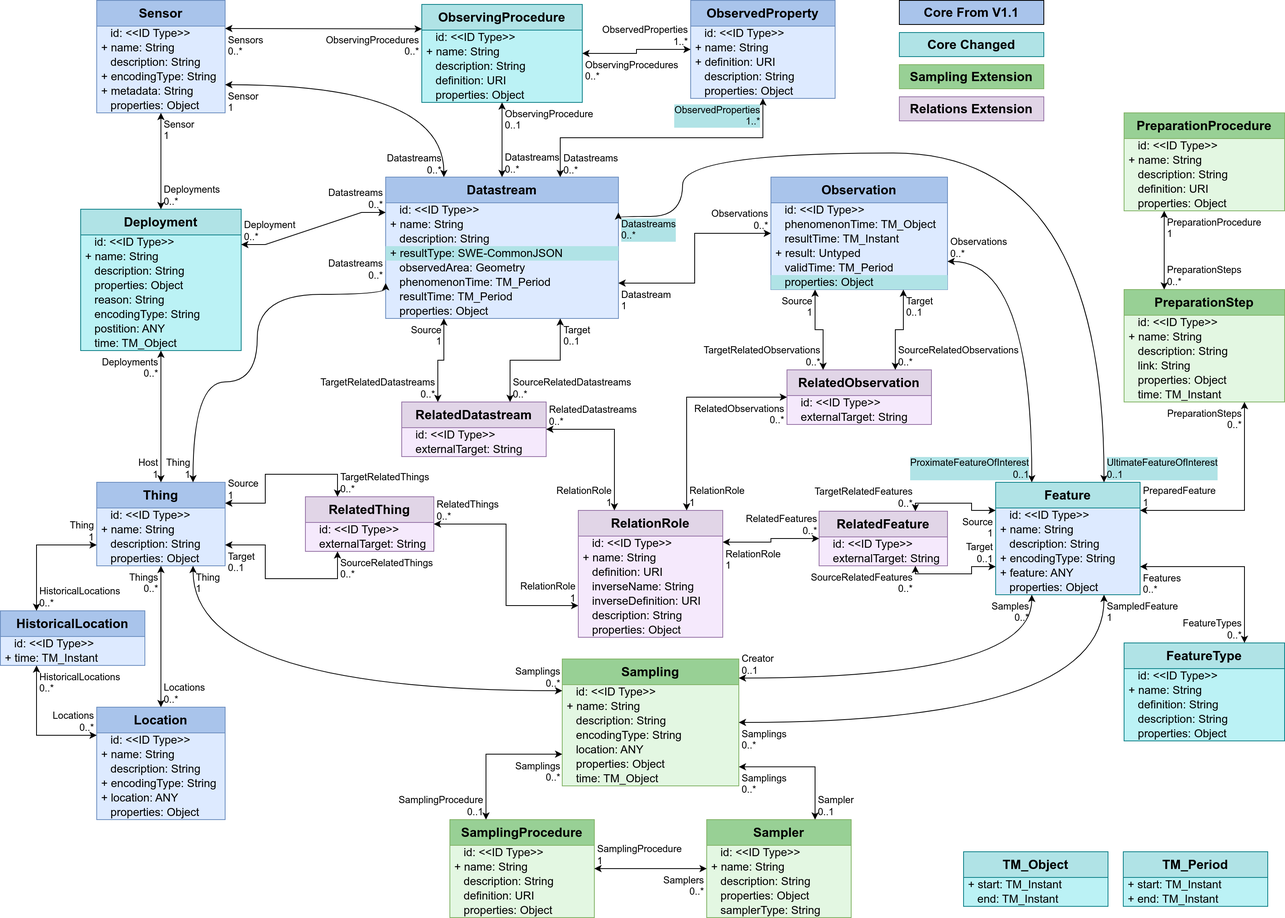
opengeospatial/sensorthings keeps this draw.io diagram as figures/Datamodel-SensorThingsApi-V2-proposal-1.drawio.png. Above is the earlier version. Source tidied: cells renumbered, new cells last; positions are measured from the earlier drawing's top-left corner, leaving out a move shared by most shapes.
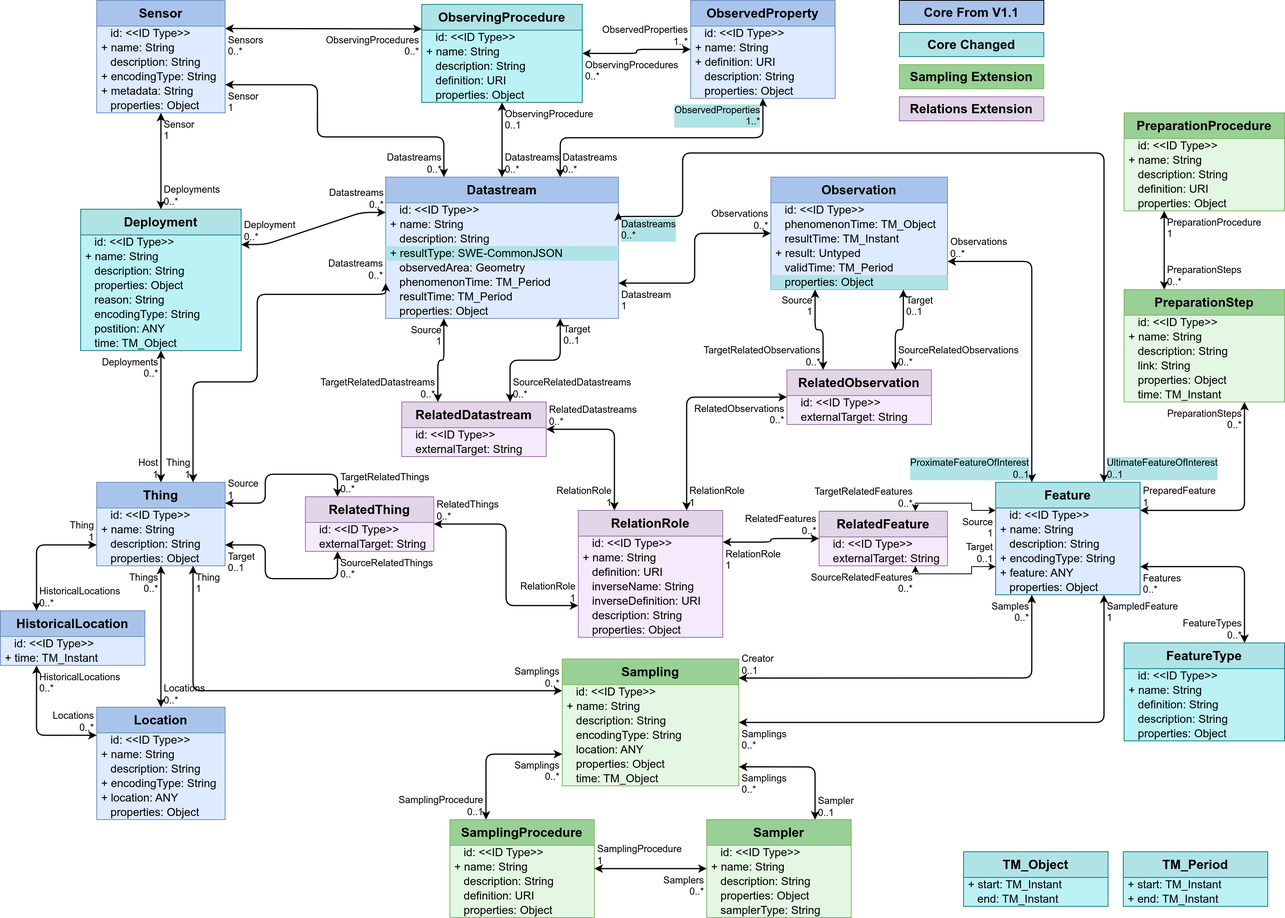
The same file after the commit.

Change to the diagram source:
```diff
@@ -79,3 +79,3 @@
     </mxCell>
-    <mxCell id="27" style="endArrow=classic;startArrow=classic;html=1;rounded=0;exitX=0.75;exitY=0;exitDx=0;exitDy=0;edgeStyle=orthogonalEdgeStyle;entryX=1;entryY=0.25;entryDx=0;entryDy=0;curved=1;" parent="1" edge="1" source="20" target="2">
+    <mxCell id="27" style="endArrow=classic;startArrow=classic;html=1;rounded=1;exitX=0.75;exitY=0;exitDx=0;exitDy=0;edgeStyle=orthogonalEdgeStyle;entryX=1;entryY=0.25;entryDx=0;entryDy=0;curved=0;strokeWidth=1.5;" parent="1" edge="1" source="20" target="2">
       <mxGeometry relative="1" as="geometry">
@@ -112,3 +112,3 @@
     </mxCell>
-    <mxCell id="36" style="endArrow=classic;startArrow=classic;html=1;rounded=0;edgeStyle=orthogonalEdgeStyle;entryX=1;entryY=0.75;entryDx=0;entryDy=0;exitX=0.75;exitY=0;exitDx=0;exitDy=0;" parent="1" edge="1" source="30" target="20">
+    <mxCell id="36" style="endArrow=classic;startArrow=classic;html=1;rounded=1;edgeStyle=orthogonalEdgeStyle;entryX=1;entryY=0.75;entryDx=0;entryDy=0;exitX=0.75;exitY=0;exitDx=0;exitDy=0;strokeWidth=1.5;curved=0;" parent="1" edge="1" source="30" target="20">
       <mxGeometry relative="1" as="geometry" />
@@ -151,3 +151,3 @@
     </mxCell>
-    <mxCell id="49" style="endArrow=classic;startArrow=classic;html=1;rounded=0;entryX=0.25;entryY=1;entryDx=0;entryDy=0;edgeStyle=orthogonalEdgeStyle;exitX=0;exitY=0.25;exitDx=0;exitDy=0;" parent="1" edge="1" source="42" target="39">
+    <mxCell id="49" style="endArrow=classic;startArrow=classic;html=1;rounded=1;entryX=0.25;entryY=1;entryDx=0;entryDy=0;edgeStyle=orthogonalEdgeStyle;exitX=0;exitY=0.25;exitDx=0;exitDy=0;strokeWidth=1.5;curved=0;" parent="1" edge="1" source="42" target="39">
       <mxGeometry relative="1" as="geometry" />
@@ -181,3 +181,3 @@
     </mxCell>
-    <mxCell id="59" style="endArrow=classic;startArrow=classic;html=1;rounded=0;exitX=0;exitY=0.5;exitDx=0;exitDy=0;entryX=1;entryY=0.75;entryDx=0;entryDy=0;edgeStyle=orthogonalEdgeStyle;" parent="1" edge="1" source="52" target="2">
+    <mxCell id="59" style="endArrow=classic;startArrow=classic;html=1;rounded=1;exitX=0;exitY=0.5;exitDx=0;exitDy=0;entryX=1;entryY=0.75;entryDx=0;entryDy=0;edgeStyle=orthogonalEdgeStyle;strokeWidth=1.5;curved=0;" parent="1" edge="1" source="52" target="2">
       <mxGeometry relative="1" as="geometry" />
@@ -190,3 +190,3 @@
     </mxCell>
-    <mxCell id="62" style="endArrow=classic;startArrow=classic;html=1;rounded=0;exitX=1;exitY=0.75;exitDx=0;exitDy=0;edgeStyle=orthogonalEdgeStyle;entryX=0.25;entryY=0;entryDx=0;entryDy=0;curved=1;" parent="1" edge="1" source="52" target="20">
+    <mxCell id="62" style="endArrow=classic;startArrow=classic;html=1;rounded=1;exitX=1;exitY=0.75;exitDx=0;exitDy=0;edgeStyle=orthogonalEdgeStyle;entryX=0.25;entryY=0;entryDx=0;entryDy=0;curved=0;strokeWidth=1.5;" parent="1" edge="1" source="52" target="20">
       <mxGeometry relative="1" as="geometry" />
@@ -217,3 +217,3 @@
     </mxCell>
-    <mxCell id="71" style="endArrow=classic;startArrow=classic;html=1;rounded=0;edgeStyle=orthogonalEdgeStyle;entryX=0.75;entryY=0;entryDx=0;entryDy=0;exitX=0.5;exitY=1;exitDx=0;exitDy=0;" parent="1" edge="1" source="65" target="2">
+    <mxCell id="71" style="endArrow=classic;startArrow=classic;html=1;rounded=1;edgeStyle=orthogonalEdgeStyle;entryX=0.75;entryY=0;entryDx=0;entryDy=0;exitX=0.5;exitY=1;exitDx=0;exitDy=0;strokeWidth=1.5;curved=0;" parent="1" edge="1" source="65" target="2">
       <mxGeometry relative="1" as="geometry" />
@@ -244,3 +244,3 @@
     </mxCell>
-    <mxCell id="80" style="endArrow=classic;startArrow=classic;html=1;rounded=0;noEdgeStyle=1;entryX=0.5;entryY=0;entryDx=0;entryDy=0;exitX=0.5;exitY=1;exitDx=0;exitDy=0;" parent="1" edge="1" source="74" target="2">
+    <mxCell id="80" style="endArrow=classic;startArrow=classic;html=1;rounded=1;noEdgeStyle=1;entryX=0.5;entryY=0;entryDx=0;entryDy=0;exitX=0.5;exitY=1;exitDx=0;exitDy=0;strokeWidth=1.5;curved=0;" parent="1" edge="1" source="74" target="2">
       <mxGeometry relative="1" as="geometry" />
@@ -292,3 +292,3 @@
     </mxCell>
-    <mxCell id="96" style="endArrow=classic;startArrow=classic;html=1;rounded=0;entryX=1;entryY=0.25;entryDx=0;entryDy=0;edgeStyle=orthogonalEdgeStyle;exitX=0.75;exitY=1;exitDx=0;exitDy=0;" parent="1" edge="1" source="89" target="20">
+    <mxCell id="96" style="endArrow=classic;startArrow=classic;html=1;rounded=1;entryX=1;entryY=0.25;entryDx=0;entryDy=0;edgeStyle=orthogonalEdgeStyle;exitX=0.75;exitY=1;exitDx=0;exitDy=0;strokeWidth=1.5;curved=0;" parent="1" edge="1" source="89" target="20">
       <mxGeometry relative="1" as="geometry" />
@@ -301,3 +301,3 @@
     </mxCell>
-    <mxCell id="99" style="endArrow=classic;startArrow=classic;html=1;rounded=0;noEdgeStyle=1;entryX=0.25;entryY=1;entryDx=0;entryDy=0;exitX=0.25;exitY=0;exitDx=0;exitDy=0;" parent="1" edge="1" source="89" target="83">
+    <mxCell id="99" style="endArrow=classic;startArrow=classic;html=1;rounded=1;noEdgeStyle=1;entryX=0.25;entryY=1;entryDx=0;entryDy=0;exitX=0.25;exitY=0;exitDx=0;exitDy=0;strokeWidth=1.5;curved=0;" parent="1" edge="1" source="89" target="83">
       <mxGeometry relative="1" as="geometry" />
@@ -319,3 +319,3 @@
     </mxCell>
-    <mxCell id="105" style="endArrow=classic;startArrow=classic;html=1;rounded=0;exitX=0.25;exitY=0;exitDx=0;exitDy=0;entryX=0.25;entryY=1;entryDx=0;entryDy=0;edgeStyle=orthogonalEdgeStyle;" parent="1" edge="1" source="102" target="2">
+    <mxCell id="105" style="endArrow=classic;startArrow=classic;html=1;rounded=1;exitX=0.25;exitY=0;exitDx=0;exitDy=0;entryX=0.25;entryY=1;entryDx=0;entryDy=0;edgeStyle=orthogonalEdgeStyle;strokeWidth=1.5;curved=0;" parent="1" edge="1" source="102" target="2">
       <mxGeometry relative="1" as="geometry" />
@@ -328,3 +328,3 @@
     </mxCell>
-    <mxCell id="108" style="endArrow=classic;startArrow=classic;html=1;rounded=0;entryX=0.75;entryY=1;entryDx=0;entryDy=0;exitX=0.75;exitY=0;exitDx=0;exitDy=0;edgeStyle=orthogonalEdgeStyle;" parent="1" edge="1" source="102" target="2">
+    <mxCell id="108" style="endArrow=classic;startArrow=classic;html=1;rounded=1;entryX=0.75;entryY=1;entryDx=0;entryDy=0;exitX=0.75;exitY=0;exitDx=0;exitDy=0;edgeStyle=orthogonalEdgeStyle;strokeWidth=1.5;curved=0;" parent="1" edge="1" source="102" target="2">
       <mxGeometry relative="1" as="geometry" />
@@ -373,3 +373,3 @@
     </mxCell>
-    <mxCell id="123" style="endArrow=classic;startArrow=classic;html=1;rounded=0;entryX=0.25;entryY=1;entryDx=0;entryDy=0;edgeStyle=orthogonalEdgeStyle;exitX=0.25;exitY=0;exitDx=0;exitDy=0;" parent="1" edge="1" source="120" target="52">
+    <mxCell id="123" style="endArrow=classic;startArrow=classic;html=1;rounded=1;entryX=0.25;entryY=1;entryDx=0;entryDy=0;edgeStyle=orthogonalEdgeStyle;exitX=0.25;exitY=0;exitDx=0;exitDy=0;strokeWidth=1.5;curved=0;" parent="1" edge="1" source="120" target="52">
       <mxGeometry relative="1" as="geometry" />
@@ -382,3 +382,3 @@
     </mxCell>
-    <mxCell id="126" style="endArrow=classic;startArrow=classic;html=1;rounded=0;entryX=0.75;entryY=1;entryDx=0;entryDy=0;edgeStyle=orthogonalEdgeStyle;exitX=0.75;exitY=0;exitDx=0;exitDy=0;" parent="1" edge="1" source="120" target="52">
+    <mxCell id="126" style="endArrow=classic;startArrow=classic;html=1;rounded=1;entryX=0.75;entryY=1;entryDx=0;entryDy=0;edgeStyle=orthogonalEdgeStyle;exitX=0.75;exitY=0;exitDx=0;exitDy=0;strokeWidth=1.5;curved=0;" parent="1" edge="1" source="120" target="52">
       <mxGeometry relative="1" as="geometry" />
@@ -424,3 +424,3 @@
     </mxCell>
-    <mxCell id="140" style="endArrow=classic;startArrow=classic;html=1;rounded=0;exitX=0.25;exitY=0;exitDx=0;exitDy=0;entryX=1;entryY=0.5;entryDx=0;entryDy=0;edgeStyle=orthogonalEdgeStyle;" parent="1" edge="1" source="132" target="102">
+    <mxCell id="140" style="endArrow=classic;startArrow=classic;html=1;rounded=1;exitX=0.25;exitY=0;exitDx=0;exitDy=0;entryX=1;entryY=0.5;entryDx=0;entryDy=0;edgeStyle=orthogonalEdgeStyle;strokeWidth=1.5;curved=0;" parent="1" edge="1" source="132" target="102">
       <mxGeometry relative="1" as="geometry" />
@@ -433,3 +433,3 @@
     </mxCell>
-    <mxCell id="143" style="endArrow=classic;startArrow=classic;html=1;rounded=0;entryX=0;entryY=0.5;entryDx=0;entryDy=0;exitX=1;exitY=0.25;exitDx=0;exitDy=0;edgeStyle=orthogonalEdgeStyle;" parent="1" edge="1" source="132" target="111">
+    <mxCell id="143" style="endArrow=classic;startArrow=classic;html=1;rounded=1;entryX=0;entryY=0.5;entryDx=0;entryDy=0;exitX=1;exitY=0.25;exitDx=0;exitDy=0;edgeStyle=orthogonalEdgeStyle;strokeWidth=1.5;curved=0;" parent="1" edge="1" source="132" target="111">
       <mxGeometry relative="1" as="geometry" />
@@ -442,3 +442,3 @@
     </mxCell>
-    <mxCell id="146" style="endArrow=classic;startArrow=classic;html=1;rounded=0;entryX=0;entryY=0.5;entryDx=0;entryDy=0;edgeStyle=orthogonalEdgeStyle;exitX=0.75;exitY=0;exitDx=0;exitDy=0;" parent="1" edge="1" source="132" target="120">
+    <mxCell id="146" style="endArrow=classic;startArrow=classic;html=1;rounded=1;entryX=0;entryY=0.5;entryDx=0;entryDy=0;edgeStyle=orthogonalEdgeStyle;exitX=0.75;exitY=0;exitDx=0;exitDy=0;strokeWidth=1.5;curved=0;" parent="1" edge="1" source="132" target="120">
       <mxGeometry relative="1" as="geometry" />
@@ -451,3 +451,3 @@
     </mxCell>
-    <mxCell id="149" style="endArrow=classic;startArrow=classic;html=1;rounded=0;exitX=0;exitY=0.75;exitDx=0;exitDy=0;entryX=1;entryY=0.5;entryDx=0;entryDy=0;edgeStyle=orthogonalEdgeStyle;" parent="1" edge="1" source="132" target="129">
+    <mxCell id="149" style="endArrow=classic;startArrow=classic;html=1;rounded=1;exitX=0;exitY=0.75;exitDx=0;exitDy=0;entryX=1;entryY=0.5;entryDx=0;entryDy=0;edgeStyle=orthogonalEdgeStyle;strokeWidth=1.5;curved=0;" parent="1" edge="1" source="132" target="129">
       <mxGeometry relative="1" as="geometry" />
@@ -502,3 +502,3 @@
     </mxCell>
-    <mxCell id="166" style="endArrow=classic;startArrow=classic;html=1;rounded=0;entryX=0.75;entryY=1;entryDx=0;entryDy=0;edgeStyle=orthogonalEdgeStyle;curved=1;exitX=1;exitY=0.5;exitDx=0;exitDy=0;exitPerimeter=0;" parent="1" edge="1" source="158" target="20">
+    <mxCell id="166" style="endArrow=classic;startArrow=classic;html=1;rounded=1;entryX=0.75;entryY=1;entryDx=0;entryDy=0;edgeStyle=orthogonalEdgeStyle;curved=0;exitX=1;exitY=0.5;exitDx=0;exitDy=0;exitPerimeter=0;strokeWidth=1.5;" parent="1" edge="1" source="158" target="20">
       <mxGeometry relative="1" as="geometry" />
@@ -511,3 +511,3 @@
     </mxCell>
-    <mxCell id="169" style="endArrow=classic;startArrow=classic;html=1;rounded=0;edgeStyle=orthogonalEdgeStyle;exitX=1;exitY=0.85;exitDx=0;exitDy=0;entryX=0.75;entryY=0;entryDx=0;entryDy=0;exitPerimeter=0;" parent="1" edge="1" source="158" target="152">
+    <mxCell id="169" style="endArrow=classic;startArrow=classic;html=1;rounded=1;edgeStyle=orthogonalEdgeStyle;exitX=1;exitY=0.85;exitDx=0;exitDy=0;entryX=0.75;entryY=0;entryDx=0;entryDy=0;exitPerimeter=0;strokeWidth=1.5;curved=0;" parent="1" edge="1" source="158" target="152">
       <mxGeometry relative="1" as="geometry" />
@@ -520,3 +520,3 @@
     </mxCell>
-    <mxCell id="172" style="endArrow=classic;startArrow=classic;html=1;rounded=0;entryX=0.25;entryY=1;entryDx=0;entryDy=0;edgeStyle=orthogonalEdgeStyle;exitX=1;exitY=0.15;exitDx=0;exitDy=0;curved=1;exitPerimeter=0;" parent="1" edge="1" source="158" target="20">
+    <mxCell id="172" style="endArrow=classic;startArrow=classic;html=1;rounded=1;entryX=0.25;entryY=1;entryDx=0;entryDy=0;edgeStyle=orthogonalEdgeStyle;exitX=1;exitY=0.15;exitDx=0;exitDy=0;curved=0;exitPerimeter=0;strokeWidth=1.5;" parent="1" edge="1" source="158" target="20">
       <mxGeometry relative="1" as="geometry" />
@@ -547,3 +547,3 @@
     </mxCell>
-    <mxCell id="181" style="endArrow=classic;startArrow=classic;html=1;rounded=0;noEdgeStyle=1;" parent="1" edge="1" source="175" target="152">
+    <mxCell id="181" style="endArrow=classic;startArrow=classic;html=1;rounded=1;noEdgeStyle=1;strokeWidth=1.5;curved=0;" parent="1" edge="1" source="175" target="152">
       <mxGeometry relative="1" as="geometry" />
@@ -556,3 +556,3 @@
     </mxCell>
-    <mxCell id="184" style="endArrow=classic;startArrow=classic;html=1;rounded=0;edgeStyle=orthogonalEdgeStyle;entryX=0;entryY=0.75;entryDx=0;entryDy=0;exitX=0.25;exitY=0;exitDx=0;exitDy=0;" parent="1" edge="1" source="175" target="158">
+    <mxCell id="184" style="endArrow=classic;startArrow=classic;html=1;rounded=1;edgeStyle=orthogonalEdgeStyle;entryX=0;entryY=0.75;entryDx=0;entryDy=0;exitX=0.25;exitY=0;exitDx=0;exitDy=0;strokeWidth=1.5;curved=0;" parent="1" edge="1" source="175" target="158">
       <mxGeometry relative="1" as="geometry" />
@@ -586,4 +586,10 @@
     </mxCell>
-    <mxCell id="194" style="endArrow=classic;startArrow=classic;html=1;rounded=0;entryX=0.25;entryY=0;entryDx=0;entryDy=0;edgeStyle=orthogonalEdgeStyle;exitX=1;exitY=0.75;exitDx=0;exitDy=0;curved=1;" parent="1" edge="1" source="187" target="2">
-      <mxGeometry relative="1" as="geometry" />
+    <mxCell id="194" style="endArrow=classic;startArrow=classic;html=1;rounded=1;entryX=0.25;entryY=0;entryDx=0;entryDy=0;edgeStyle=orthogonalEdgeStyle;exitX=1;exitY=0.75;exitDx=0;exitDy=0;curved=0;strokeWidth=1.5;" parent="1" edge="1" source="187" target="2">
+      <mxGeometry relative="1" as="geometry">
+        <Array as="points">
+          <mxPoint x="395" y="105" />
+          <mxPoint x="395" y="170" />
+          <mxPoint x="553" y="170" />
+        </Array>
+      </mxGeometry>
     </mxCell>
@@ -595,3 +601,3 @@
     </mxCell>
-    <mxCell id="197" style="endArrow=classic;startArrow=classic;html=1;rounded=0;noEdgeStyle=1;" parent="1" edge="1" source="187" target="11">
+    <mxCell id="197" style="endArrow=classic;startArrow=classic;html=1;rounded=1;noEdgeStyle=1;strokeWidth=1.5;curved=0;" parent="1" edge="1" source="187" target="11">
       <mxGeometry relative="1" as="geometry" />
@@ -604,3 +610,3 @@
     </mxCell>
-    <mxCell id="200" style="endArrow=classic;startArrow=classic;html=1;rounded=0;exitX=1;exitY=0.25;exitDx=0;exitDy=0;entryX=0;entryY=0.25;entryDx=0;entryDy=0;" parent="1" edge="1" source="187" target="74">
+    <mxCell id="200" style="endArrow=classic;startArrow=classic;html=1;rounded=1;exitX=1;exitY=0.25;exitDx=0;exitDy=0;entryX=0;entryY=0.25;entryDx=0;entryDy=0;strokeWidth=1.5;curved=0;" parent="1" edge="1" source="187" target="74">
       <mxGeometry relative="1" as="geometry" />
@@ -628,3 +634,3 @@
     </mxCell>
-    <mxCell id="208" style="endArrow=classic;startArrow=classic;html=1;rounded=0;noEdgeStyle=1;" parent="1" edge="1" source="203" target="11">
+    <mxCell id="208" style="endArrow=classic;startArrow=classic;html=1;rounded=1;noEdgeStyle=1;strokeWidth=1.5;curved=0;" parent="1" edge="1" source="203" target="11">
       <mxGeometry relative="1" as="geometry" />
@@ -637,3 +643,3 @@
     </mxCell>
-    <mxCell id="211" style="endArrow=classic;startArrow=classic;html=1;rounded=0;exitX=0;exitY=0.75;exitDx=0;exitDy=0;edgeStyle=orthogonalEdgeStyle;entryX=0.25;entryY=0;entryDx=0;entryDy=0;" parent="1" edge="1" source="203" target="39">
+    <mxCell id="211" style="endArrow=classic;startArrow=classic;html=1;rounded=1;exitX=0;exitY=0.75;exitDx=0;exitDy=0;edgeStyle=orthogonalEdgeStyle;entryX=0.25;entryY=0;entryDx=0;entryDy=0;strokeWidth=1.5;curved=0;" parent="1" edge="1" source="203" target="39">
       <mxGeometry relative="1" as="geometry" />
@@ -646,3 +652,3 @@
     </mxCell>
-    <mxCell id="214" style="endArrow=classic;startArrow=classic;html=1;rounded=0;noEdgeStyle=1;entryX=0.5;entryY=0;entryDx=0;entryDy=0;exitX=0.5;exitY=1;exitDx=0;exitDy=0;" parent="1" edge="1" source="203" target="42">
+    <mxCell id="214" style="endArrow=classic;startArrow=classic;html=1;rounded=1;noEdgeStyle=1;entryX=0.5;entryY=0;entryDx=0;entryDy=0;exitX=0.5;exitY=1;exitDx=0;exitDy=0;strokeWidth=1.5;curved=0;" parent="1" edge="1" source="203" target="42">
       <mxGeometry relative="1" as="geometry" />
@@ -655,3 +661,3 @@
     </mxCell>
-    <mxCell id="217" style="endArrow=classic;startArrow=classic;html=1;rounded=0;exitX=0.75;exitY=1;exitDx=0;exitDy=0;edgeStyle=orthogonalEdgeStyle;entryX=0;entryY=0.25;entryDx=0;entryDy=0;curved=1;" parent="1" edge="1" source="203" target="158">
+    <mxCell id="217" style="endArrow=classic;startArrow=classic;html=1;rounded=1;exitX=0.75;exitY=1;exitDx=0;exitDy=0;edgeStyle=orthogonalEdgeStyle;entryX=0;entryY=0.25;entryDx=0;entryDy=0;curved=0;strokeWidth=1.5;" parent="1" edge="1" source="203" target="158">
       <mxGeometry relative="1" as="geometry" />
@@ -664,3 +670,3 @@
     </mxCell>
-    <mxCell id="220" style="endArrow=classic;startArrow=classic;html=1;rounded=0;entryX=0.25;entryY=1;entryDx=0;entryDy=0;edgeStyle=orthogonalEdgeStyle;exitX=1;exitY=0.75;exitDx=0;exitDy=0;" parent="1" edge="1" source="203" target="129">
+    <mxCell id="220" style="endArrow=classic;startArrow=classic;html=1;rounded=1;entryX=0.25;entryY=1;entryDx=0;entryDy=0;edgeStyle=orthogonalEdgeStyle;exitX=1;exitY=0.75;exitDx=0;exitDy=0;strokeWidth=1.5;curved=0;" parent="1" edge="1" source="203" target="129">
       <mxGeometry relative="1" as="geometry">
@@ -679,3 +685,3 @@
     </mxCell>
-    <mxCell id="223" style="endArrow=classic;startArrow=classic;html=1;rounded=0;exitX=1;exitY=0.25;exitDx=0;exitDy=0;entryX=0.25;entryY=0;entryDx=0;entryDy=0;edgeStyle=orthogonalEdgeStyle;" parent="1" edge="1" source="203" target="129">
+    <mxCell id="223" style="endArrow=classic;startArrow=classic;html=1;rounded=1;exitX=1;exitY=0.25;exitDx=0;exitDy=0;entryX=0.25;entryY=0;entryDx=0;entryDy=0;edgeStyle=orthogonalEdgeStyle;strokeWidth=1.5;curved=0;" parent="1" edge="1" source="203" target="129">
       <mxGeometry relative="1" as="geometry" />
@@ -688,3 +694,3 @@
     </mxCell>
-    <mxCell id="226" style="endArrow=classic;startArrow=classic;html=1;rounded=0;edgeStyle=orthogonalEdgeStyle;entryX=0;entryY=0.75;entryDx=0;entryDy=0;exitX=0.75;exitY=0;exitDx=0;exitDy=0;curved=1;" parent="1" edge="1" source="203" target="2">
+    <mxCell id="226" style="endArrow=classic;startArrow=classic;html=1;rounded=1;edgeStyle=orthogonalEdgeStyle;entryX=0;entryY=0.75;entryDx=0;entryDy=0;exitX=0.75;exitY=0;exitDx=0;exitDy=0;curved=0;strokeWidth=1.5;" parent="1" edge="1" source="203" target="2">
       <mxGeometry relative="1" as="geometry">
@@ -721,3 +727,3 @@
     </mxCell>
-    <mxCell id="235" style="endArrow=classic;startArrow=classic;html=1;rounded=0;exitX=1;exitY=0.25;exitDx=0;exitDy=0;entryX=0;entryY=0.25;entryDx=0;entryDy=0;edgeStyle=entityRelationEdgeStyle;" parent="1" edge="1" source="11" target="2">
+    <mxCell id="235" style="endArrow=classic;startArrow=classic;html=1;rounded=1;exitX=1;exitY=0.25;exitDx=0;exitDy=0;entryX=0;entryY=0.25;entryDx=0;entryDy=0;edgeStyle=entityRelationEdgeStyle;strokeWidth=1.5;curved=0;" parent="1" edge="1" source="11" target="2">
       <mxGeometry relative="1" as="geometry" />
@@ -742,3 +748,3 @@
     </mxCell>
-    <mxCell id="242" style="endArrow=classic;startArrow=classic;html=1;rounded=0;edgeStyle=orthogonalEdgeStyle;entryX=1;entryY=0.5;entryDx=0;entryDy=0;exitX=0;exitY=0.5;exitDx=0;exitDy=0;" parent="1" edge="1" source="65" target="74">
+    <mxCell id="242" style="endArrow=classic;startArrow=classic;html=1;rounded=1;edgeStyle=orthogonalEdgeStyle;entryX=1;entryY=0.5;entryDx=0;entryDy=0;exitX=0;exitY=0.5;exitDx=0;exitDy=0;strokeWidth=1.5;curved=0;" parent="1" edge="1" source="65" target="74">
       <mxGeometry relative="1" as="geometry" />
```
